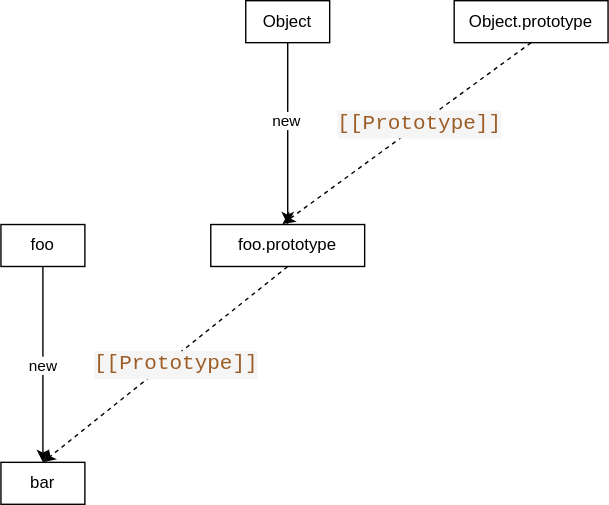
The draw.io diagram 06/yongki/assets/prototype.drawio.svg in cs-study-org/cs-study, before a commit. Source tidied: cells renumbered, new cells last; positions are measured from the earlier drawing's top-left corner, leaving out a move shared by most shapes.
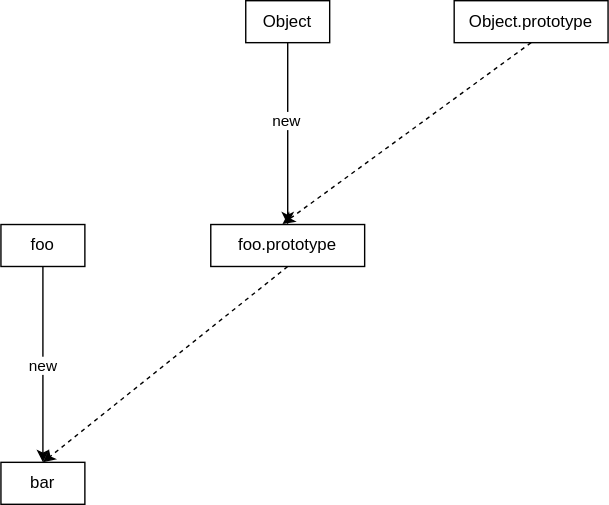
The same diagram one commit later.

Commit message:
:poop: Pending second one of 6주차 스터디

Need prototype detail

Diff of the diagram source:
```diff
@@ -16,11 +16,6 @@
     <mxCell id="5" style="edgeStyle=none;html=1;exitX=0.5;exitY=1;exitDx=0;exitDy=0;entryX=0.5;entryY=0;entryDx=0;entryDy=0;dashed=1;" parent="1" edge="1" source="7" target="14">
       <mxGeometry relative="1" as="geometry" />
     </mxCell>
-    <mxCell id="6" value="&lt;div style=&quot;color: rgb(51 , 51 , 51) ; background-color: rgb(245 , 245 , 245) ; font-family: &amp;#34;d2coding&amp;#34; , &amp;#34;consolas&amp;#34; , &amp;#34;courier new&amp;#34; , monospace ; font-size: 15px ; line-height: 20px&quot;&gt;&lt;span style=&quot;color: #9c5d27&quot;&gt;[[Prototype]]&lt;/span&gt;&lt;/div&gt;" style="edgeLabel;html=1;align=center;verticalAlign=middle;" parent="5" vertex="1">
-      <mxGeometry x="-0.09" relative="1" as="geometry">
-        <mxPoint y="6" as="offset" />
-      </mxGeometry>
-    </mxCell>
     <mxCell id="7" value="foo.prototype" style="rounded=0;whiteSpace=wrap;html=1;" parent="1" vertex="1">
       <mxGeometry x="150" y="160" width="110" height="30" as="geometry" />
     </mxCell>
@@ -36,9 +31,6 @@
     <mxCell id="11" style="edgeStyle=none;html=1;exitX=0.5;exitY=1;exitDx=0;exitDy=0;entryX=0.466;entryY=-0.01;entryDx=0;entryDy=0;entryPerimeter=0;dashed=1;" parent="1" edge="1" source="13" target="7">
       <mxGeometry relative="1" as="geometry" />
     </mxCell>
-    <mxCell id="12" value="&lt;div style=&quot;color: rgb(51 , 51 , 51) ; background-color: rgb(245 , 245 , 245) ; font-family: &amp;#34;d2coding&amp;#34; , &amp;#34;consolas&amp;#34; , &amp;#34;courier new&amp;#34; , monospace ; font-size: 15px ; line-height: 20px&quot;&gt;&lt;span style=&quot;color: #9c5d27&quot;&gt;[[Prototype]]&lt;/span&gt;&lt;/div&gt;" style="edgeLabel;html=1;align=center;verticalAlign=middle;" parent="11" vertex="1">
-      <mxGeometry x="-0.1" y="-1" relative="1" as="geometry" />
-    </mxCell>
     <mxCell id="13" value="Object.prototype" style="rounded=0;whiteSpace=wrap;html=1;" parent="1" vertex="1">
       <mxGeometry x="324" width="110" height="30" as="geometry" />
     </mxCell>
```
